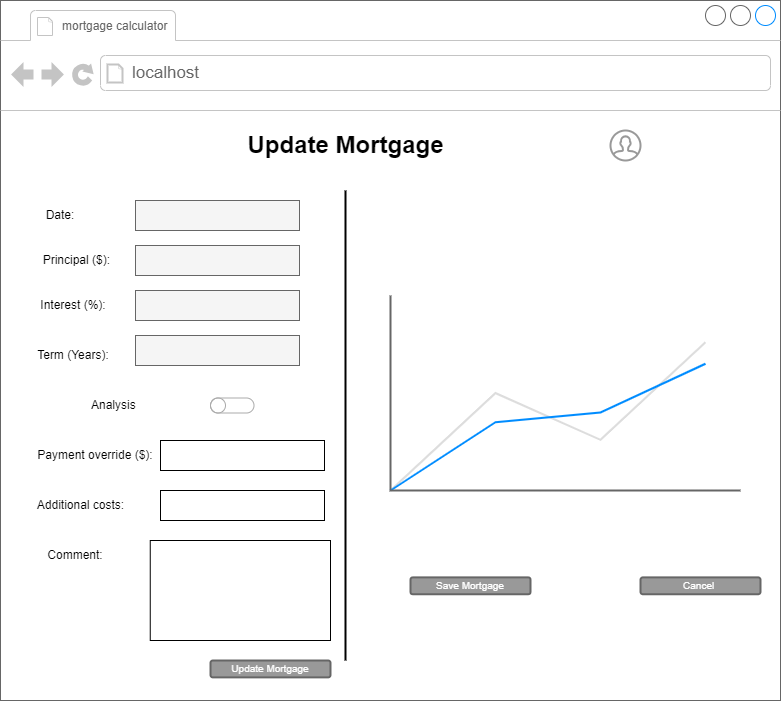
Above: Design/wireframe_update_mortgage.png in KatherineMulder/ITPR7.508-Business-Application-Programming-Semester-One-2024 (draw.io), before the change. Source tidied: cells renumbered, new cells last; positions are measured from the earlier drawing's top-left corner, leaving out a move shared by most shapes. Its diagram source:
```xml
<mxGraphModel>
  <root>
    <mxCell id="0" />
    <mxCell id="1" parent="0" />
    <mxCell id="2" style="strokeWidth=1;shadow=0;dashed=0;align=center;html=1;shape=mxgraph.mockup.containers.browserWindow;rSize=0;strokeColor=#666666;strokeColor2=#008cff;strokeColor3=#c4c4c4;mainText=,;" parent="1" vertex="1">
      <mxGeometry width="780" height="700" as="geometry" />
    </mxCell>
    <mxCell id="3" value="&lt;font style=&quot;font-size: 12px;&quot;&gt;mortgage calculator&amp;nbsp;&lt;/font&gt;" style="strokeWidth=1;shadow=0;dashed=0;align=center;html=1;shape=mxgraph.mockup.containers.anchor;fontSize=17;fontColor=#666666;align=left;whiteSpace=wrap;" parent="2" vertex="1">
      <mxGeometry x="60" y="12" width="180" height="26" as="geometry" />
    </mxCell>
    <mxCell id="4" value="localhost" style="strokeWidth=1;shadow=0;dashed=0;align=center;html=1;shape=mxgraph.mockup.containers.anchor;rSize=0;fontSize=17;fontColor=#666666;align=left;" parent="2" vertex="1">
      <mxGeometry x="130" y="60" width="250" height="26" as="geometry" />
    </mxCell>
    <mxCell id="5" value="Update Mortgage" style="text;strokeColor=none;fillColor=none;html=1;fontSize=24;fontStyle=1;verticalAlign=middle;align=center;" parent="2" vertex="1">
      <mxGeometry x="270" y="120" width="150" height="50" as="geometry" />
    </mxCell>
    <mxCell id="6" style="html=1;verticalLabelPosition=bottom;align=center;labelBackgroundColor=#ffffff;verticalAlign=top;strokeWidth=2;strokeColor=#999999;shadow=0;dashed=0;shape=mxgraph.ios7.icons.user;" parent="2" vertex="1">
      <mxGeometry x="610" y="130" width="30" height="30" as="geometry" />
    </mxCell>
    <mxCell id="7" value="Cancel&amp;nbsp;" style="rounded=1;html=1;shadow=0;dashed=0;whiteSpace=wrap;fontSize=10;fillColor=#999999;align=center;strokeColor=#666666;fontColor=#ffffff;strokeWidth=2;" parent="2" vertex="1">
      <mxGeometry x="640" y="576.9" width="120" height="16.9" as="geometry" />
    </mxCell>
    <mxCell id="8" value="Save Mortgage" style="rounded=1;html=1;shadow=0;dashed=0;whiteSpace=wrap;fontSize=10;fillColor=#999999;align=center;strokeColor=#666666;fontColor=#ffffff;strokeWidth=2;" parent="2" vertex="1">
      <mxGeometry x="410" y="576.9" width="120" height="16.9" as="geometry" />
    </mxCell>
    <mxCell id="9" style="edgeStyle=orthogonalEdgeStyle;rounded=0;orthogonalLoop=1;jettySize=auto;html=1;exitX=0.5;exitY=1;exitDx=0;exitDy=0;" parent="2" edge="1">
      <mxGeometry relative="1" as="geometry">
        <mxPoint x="490" y="230" as="sourcePoint" />
        <mxPoint x="490" y="230" as="targetPoint" />
      </mxGeometry>
    </mxCell>
    <mxCell id="10" value="Principal ($):&amp;nbsp;" style="text;html=1;strokeColor=none;fillColor=none;align=center;verticalAlign=middle;whiteSpace=wrap;rounded=0;" parent="2" vertex="1">
      <mxGeometry x="37.5" y="245" width="80" height="30" as="geometry" />
    </mxCell>
    <mxCell id="11" value="Interest (%):" style="text;html=1;strokeColor=none;fillColor=none;align=center;verticalAlign=middle;whiteSpace=wrap;rounded=0;" parent="2" vertex="1">
      <mxGeometry x="37.5" y="290" width="70" height="30" as="geometry" />
    </mxCell>
    <mxCell id="12" style="rounded=0;whiteSpace=wrap;html=1;fillColor=#f5f5f5;fontColor=#333333;strokeColor=#666666;" parent="2" vertex="1">
      <mxGeometry x="135" y="200" width="164" height="30" as="geometry" />
    </mxCell>
    <mxCell id="13" value="Date:" style="text;html=1;strokeColor=none;fillColor=none;align=center;verticalAlign=middle;whiteSpace=wrap;rounded=0;" parent="2" vertex="1">
      <mxGeometry x="20" y="200" width="80" height="30" as="geometry" />
    </mxCell>
    <mxCell id="14" value="Term (Years):" style="text;html=1;strokeColor=none;fillColor=none;align=center;verticalAlign=middle;whiteSpace=wrap;rounded=0;" parent="2" vertex="1">
      <mxGeometry x="7.5" y="340" width="130" height="30" as="geometry" />
    </mxCell>
    <mxCell id="15" value="Payment override ($):" style="text;html=1;strokeColor=none;fillColor=none;align=center;verticalAlign=middle;whiteSpace=wrap;rounded=0;" parent="2" vertex="1">
      <mxGeometry x="30" y="440" width="130" height="30" as="geometry" />
    </mxCell>
    <mxCell id="16" value="Additional costs:" style="text;html=1;strokeColor=none;fillColor=none;align=center;verticalAlign=middle;whiteSpace=wrap;rounded=0;" parent="2" vertex="1">
      <mxGeometry x="22.5" y="490" width="115" height="30" as="geometry" />
    </mxCell>
    <mxCell id="17" value="Comment:" style="text;html=1;strokeColor=none;fillColor=none;align=center;verticalAlign=middle;whiteSpace=wrap;rounded=0;" parent="2" vertex="1">
      <mxGeometry x="35" y="540" width="80" height="30" as="geometry" />
    </mxCell>
    <mxCell id="18" style="line;strokeWidth=2;direction=south;html=1;" parent="2" vertex="1">
      <mxGeometry x="340" y="190" width="10" height="470" as="geometry" />
    </mxCell>
    <mxCell id="19" value="Analysis&amp;nbsp;" style="text;html=1;strokeColor=none;fillColor=none;align=center;verticalAlign=middle;whiteSpace=wrap;rounded=0;" parent="2" vertex="1">
      <mxGeometry x="50" y="390" width="130" height="30" as="geometry" />
    </mxCell>
    <mxCell id="20" style="html=1;verticalLabelPosition=bottom;labelBackgroundColor=#ffffff;verticalAlign=top;shadow=0;dashed=0;strokeWidth=1;shape=mxgraph.ios7ui.onOffButton;buttonState=off;strokeColor=#38D145;strokeColor2=#aaaaaa;fillColor=#38D145;fillColor2=#ffffff;" parent="2" vertex="1">
      <mxGeometry x="210" y="397.5" width="43.5" height="15" as="geometry" />
    </mxCell>
    <mxCell id="21" style="rounded=0;whiteSpace=wrap;html=1;fillColor=#f5f5f5;fontColor=#333333;strokeColor=#666666;" parent="2" vertex="1">
      <mxGeometry x="135" y="245" width="164" height="30" as="geometry" />
    </mxCell>
    <mxCell id="22" style="rounded=0;whiteSpace=wrap;html=1;fillColor=#f5f5f5;fontColor=#333333;strokeColor=#666666;" parent="2" vertex="1">
      <mxGeometry x="135" y="290" width="164" height="30" as="geometry" />
    </mxCell>
    <mxCell id="23" style="rounded=0;whiteSpace=wrap;html=1;fillColor=#f5f5f5;fontColor=#333333;strokeColor=#666666;" parent="2" vertex="1">
      <mxGeometry x="135" y="335" width="164" height="30" as="geometry" />
    </mxCell>
    <mxCell id="24" style="rounded=0;whiteSpace=wrap;html=1;" parent="2" vertex="1">
      <mxGeometry x="160" y="440" width="164" height="30" as="geometry" />
    </mxCell>
    <mxCell id="25" style="rounded=0;whiteSpace=wrap;html=1;" parent="2" vertex="1">
      <mxGeometry x="160" y="490" width="164" height="30" as="geometry" />
    </mxCell>
    <mxCell id="26" style="rounded=0;whiteSpace=wrap;html=1;" parent="2" vertex="1">
      <mxGeometry x="149.8" y="540" width="180.2" height="100" as="geometry" />
    </mxCell>
    <mxCell id="27" style="verticalLabelPosition=bottom;shadow=0;dashed=0;align=center;html=1;verticalAlign=top;strokeWidth=1;shape=mxgraph.mockup.graphics.lineChart;strokeColor=none;strokeColor2=#666666;strokeColor3=#008cff;strokeColor4=#dddddd;" parent="2" vertex="1">
      <mxGeometry x="390" y="295" width="350" height="195" as="geometry" />
    </mxCell>
    <mxCell id="28" value="Update Mortgage" style="rounded=1;html=1;shadow=0;dashed=0;whiteSpace=wrap;fontSize=10;fillColor=#999999;align=center;strokeColor=#666666;fontColor=#ffffff;strokeWidth=2;" parent="2" vertex="1">
      <mxGeometry x="210" y="660" width="120" height="16.9" as="geometry" />
    </mxCell>
  </root>
</mxGraphModel>
```
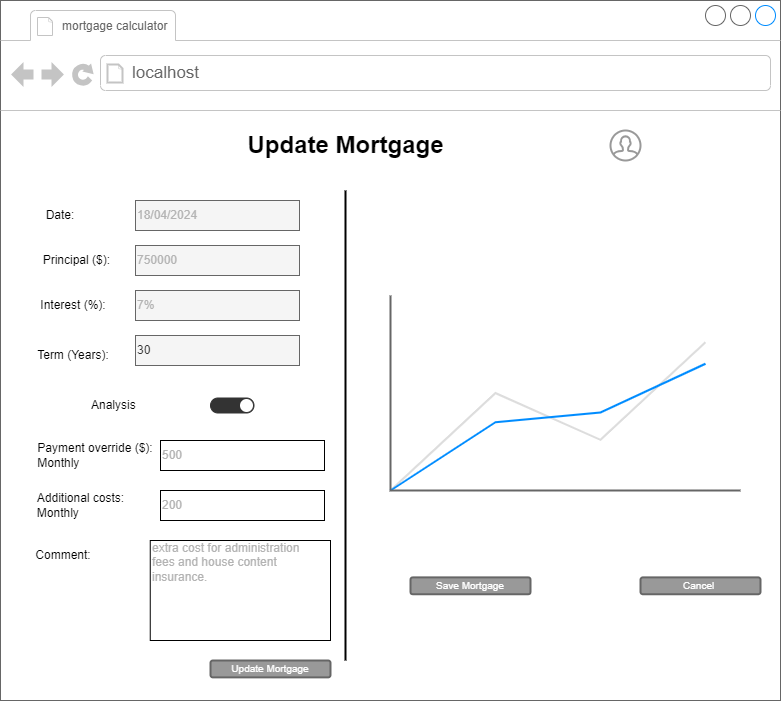
After the commit.

What changed in the source:
```diff
@@ -35,7 +35,7 @@
     <mxCell id="11" value="Interest (%):" style="text;html=1;strokeColor=none;fillColor=none;align=center;verticalAlign=middle;whiteSpace=wrap;rounded=0;" parent="2" vertex="1">
       <mxGeometry x="37.5" y="290" width="70" height="30" as="geometry" />
     </mxCell>
-    <mxCell id="12" style="rounded=0;whiteSpace=wrap;html=1;fillColor=#f5f5f5;fontColor=#333333;strokeColor=#666666;" parent="2" vertex="1">
+    <mxCell id="12" value="&lt;font color=&quot;#b3b3b3&quot;&gt;18/04/2024&lt;/font&gt;" style="rounded=0;whiteSpace=wrap;html=1;fillColor=#f5f5f5;fontColor=#333333;strokeColor=#666666;align=left;" parent="2" vertex="1">
       <mxGeometry x="135" y="200" width="164" height="30" as="geometry" />
     </mxCell>
     <mxCell id="13" value="Date:" style="text;html=1;strokeColor=none;fillColor=none;align=center;verticalAlign=middle;whiteSpace=wrap;rounded=0;" parent="2" vertex="1">
@@ -44,14 +44,14 @@
     <mxCell id="14" value="Term (Years):" style="text;html=1;strokeColor=none;fillColor=none;align=center;verticalAlign=middle;whiteSpace=wrap;rounded=0;" parent="2" vertex="1">
       <mxGeometry x="7.5" y="340" width="130" height="30" as="geometry" />
     </mxCell>
-    <mxCell id="15" value="Payment override ($):" style="text;html=1;strokeColor=none;fillColor=none;align=center;verticalAlign=middle;whiteSpace=wrap;rounded=0;" parent="2" vertex="1">
+    <mxCell id="15" value="Payment override ($):&lt;br&gt;&lt;div style=&quot;text-align: left;&quot;&gt;&lt;span style=&quot;background-color: initial;&quot;&gt;Monthly&lt;/span&gt;&lt;/div&gt;" style="text;html=1;strokeColor=none;fillColor=none;align=center;verticalAlign=middle;whiteSpace=wrap;rounded=0;" parent="2" vertex="1">
       <mxGeometry x="30" y="440" width="130" height="30" as="geometry" />
     </mxCell>
-    <mxCell id="16" value="Additional costs:" style="text;html=1;strokeColor=none;fillColor=none;align=center;verticalAlign=middle;whiteSpace=wrap;rounded=0;" parent="2" vertex="1">
+    <mxCell id="16" value="Additional costs:&lt;br&gt;&lt;div style=&quot;text-align: left;&quot;&gt;&lt;span style=&quot;background-color: initial;&quot;&gt;Monthly&lt;/span&gt;&lt;/div&gt;" style="text;html=1;strokeColor=none;fillColor=none;align=center;verticalAlign=middle;whiteSpace=wrap;rounded=0;" parent="2" vertex="1">
       <mxGeometry x="22.5" y="490" width="115" height="30" as="geometry" />
     </mxCell>
     <mxCell id="17" value="Comment:" style="text;html=1;strokeColor=none;fillColor=none;align=center;verticalAlign=middle;whiteSpace=wrap;rounded=0;" parent="2" vertex="1">
-      <mxGeometry x="35" y="540" width="80" height="30" as="geometry" />
+      <mxGeometry x="22.5" y="540" width="80" height="30" as="geometry" />
     </mxCell>
     <mxCell id="18" style="line;strokeWidth=2;direction=south;html=1;" parent="2" vertex="1">
       <mxGeometry x="340" y="190" width="10" height="470" as="geometry" />
@@ -59,25 +59,22 @@
     <mxCell id="19" value="Analysis&amp;nbsp;" style="text;html=1;strokeColor=none;fillColor=none;align=center;verticalAlign=middle;whiteSpace=wrap;rounded=0;" parent="2" vertex="1">
       <mxGeometry x="50" y="390" width="130" height="30" as="geometry" />
     </mxCell>
-    <mxCell id="20" style="html=1;verticalLabelPosition=bottom;labelBackgroundColor=#ffffff;verticalAlign=top;shadow=0;dashed=0;strokeWidth=1;shape=mxgraph.ios7ui.onOffButton;buttonState=off;strokeColor=#38D145;strokeColor2=#aaaaaa;fillColor=#38D145;fillColor2=#ffffff;" parent="2" vertex="1">
-      <mxGeometry x="210" y="397.5" width="43.5" height="15" as="geometry" />
-    </mxCell>
-    <mxCell id="21" style="rounded=0;whiteSpace=wrap;html=1;fillColor=#f5f5f5;fontColor=#333333;strokeColor=#666666;" parent="2" vertex="1">
+    <mxCell id="21" value="&lt;font color=&quot;#b3b3b3&quot;&gt;750000&lt;/font&gt;" style="rounded=0;whiteSpace=wrap;html=1;fillColor=#f5f5f5;fontColor=#333333;strokeColor=#666666;align=left;" parent="2" vertex="1">
       <mxGeometry x="135" y="245" width="164" height="30" as="geometry" />
     </mxCell>
-    <mxCell id="22" style="rounded=0;whiteSpace=wrap;html=1;fillColor=#f5f5f5;fontColor=#333333;strokeColor=#666666;" parent="2" vertex="1">
+    <mxCell id="22" value="&lt;font color=&quot;#b3b3b3&quot;&gt;7%&lt;/font&gt;" style="rounded=0;whiteSpace=wrap;html=1;fillColor=#f5f5f5;fontColor=#333333;strokeColor=#666666;align=left;" parent="2" vertex="1">
       <mxGeometry x="135" y="290" width="164" height="30" as="geometry" />
     </mxCell>
-    <mxCell id="23" style="rounded=0;whiteSpace=wrap;html=1;fillColor=#f5f5f5;fontColor=#333333;strokeColor=#666666;" parent="2" vertex="1">
+    <mxCell id="23" value="30" style="rounded=0;whiteSpace=wrap;html=1;fillColor=#f5f5f5;fontColor=#333333;strokeColor=#666666;align=left;" parent="2" vertex="1">
       <mxGeometry x="135" y="335" width="164" height="30" as="geometry" />
     </mxCell>
-    <mxCell id="24" style="rounded=0;whiteSpace=wrap;html=1;" parent="2" vertex="1">
+    <mxCell id="24" value="&lt;font color=&quot;#b3b3b3&quot;&gt;500&lt;/font&gt;" style="rounded=0;whiteSpace=wrap;html=1;align=left;" parent="2" vertex="1">
       <mxGeometry x="160" y="440" width="164" height="30" as="geometry" />
     </mxCell>
-    <mxCell id="25" style="rounded=0;whiteSpace=wrap;html=1;" parent="2" vertex="1">
+    <mxCell id="25" value="&lt;font color=&quot;#b3b3b3&quot;&gt;200&lt;/font&gt;" style="rounded=0;whiteSpace=wrap;html=1;align=left;" parent="2" vertex="1">
       <mxGeometry x="160" y="490" width="164" height="30" as="geometry" />
     </mxCell>
-    <mxCell id="26" style="rounded=0;whiteSpace=wrap;html=1;" parent="2" vertex="1">
+    <mxCell id="26" style="rounded=0;whiteSpace=wrap;html=1;align=left;" parent="2" vertex="1">
       <mxGeometry x="149.8" y="540" width="180.2" height="100" as="geometry" />
     </mxCell>
     <mxCell id="27" style="verticalLabelPosition=bottom;shadow=0;dashed=0;align=center;html=1;verticalAlign=top;strokeWidth=1;shape=mxgraph.mockup.graphics.lineChart;strokeColor=none;strokeColor2=#666666;strokeColor3=#008cff;strokeColor4=#dddddd;" parent="2" vertex="1">
@@ -86,5 +83,11 @@
     <mxCell id="28" value="Update Mortgage" style="rounded=1;html=1;shadow=0;dashed=0;whiteSpace=wrap;fontSize=10;fillColor=#999999;align=center;strokeColor=#666666;fontColor=#ffffff;strokeWidth=2;" parent="2" vertex="1">
       <mxGeometry x="210" y="660" width="120" height="16.9" as="geometry" />
     </mxCell>
+    <mxCell id="29" style="html=1;verticalLabelPosition=bottom;labelBackgroundColor=#ffffff;verticalAlign=top;shadow=0;dashed=0;strokeWidth=1;shape=mxgraph.ios7ui.onOffButton;buttonState=on;strokeColor=#333333;strokeColor2=#aaaaaa;fillColor=#333333;fillColor2=#ffffff;" parent="2" vertex="1">
+      <mxGeometry x="210" y="397.5" width="43.5" height="15" as="geometry" />
+    </mxCell>
+    <mxCell id="30" value="&lt;font color=&quot;#b3b3b3&quot;&gt;extra cost for administration fees and house content insurance.&lt;/font&gt;" style="text;html=1;strokeColor=none;fillColor=none;align=left;verticalAlign=middle;whiteSpace=wrap;rounded=0;" parent="2" vertex="1">
+      <mxGeometry x="150" y="547" width="170" height="30" as="geometry" />
+    </mxCell>
   </root>
 </mxGraphModel>
```
